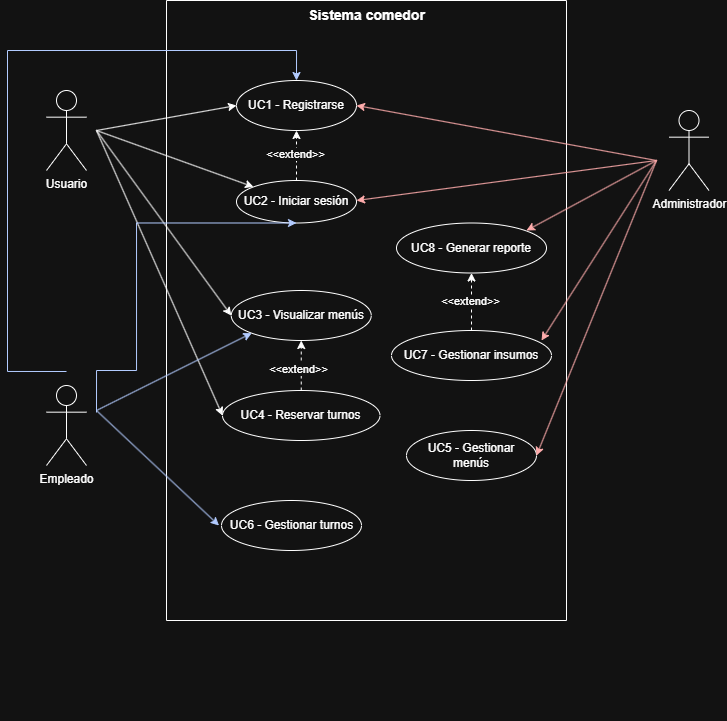
Above: docs/Requisitos/casos_de_uso.drawio.png in IsaacTou/IS--8---C1- (draw.io), before the change. Source tidied: cells renumbered, new cells last; positions are measured from the earlier drawing's top-left corner, leaving out a move shared by most shapes.
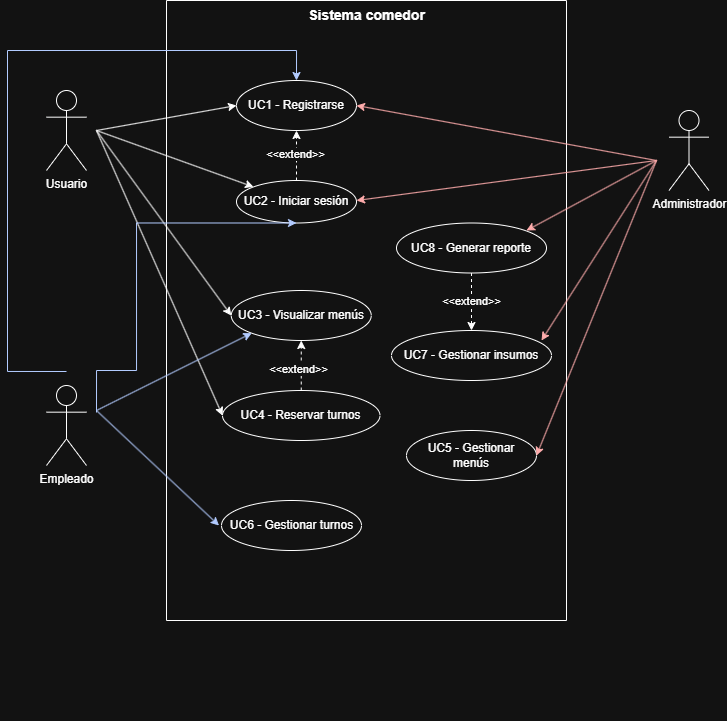
Later version of the same file.

Diff of the diagram source:
```diff
@@ -112,11 +112,13 @@
     <mxCell id="37" value="&amp;lt;&amp;lt;extend&amp;gt;&amp;gt;" style="edgeLabel;html=1;align=center;verticalAlign=middle;" parent="36" vertex="1">
       <mxGeometry x="-0.15" y="3" relative="1" as="geometry" />
     </mxCell>
-    <mxCell id="38" style="rounded=0;jettySize=auto;html=1;exitX=0.5;exitY=0;exitDx=0;exitDy=0;entryX=0.5;entryY=1;entryDx=0;entryDy=0;dashed=1;" parent="7" edge="1" source="32" target="23">
+    <mxCell id="38" style="rounded=0;jettySize=auto;html=1;dashed=1;entryX=0.5;entryY=0;entryDx=0;entryDy=0;exitX=0.5;exitY=1;exitDx=0;exitDy=0;" parent="7" edge="1" source="23" target="32">
       <mxGeometry relative="1" as="geometry" />
     </mxCell>
     <mxCell id="39" value="&amp;lt;&amp;lt;extend&amp;gt;&amp;gt;" style="edgeLabel;html=1;align=center;verticalAlign=middle;" parent="38" vertex="1">
-      <mxGeometry x="0.04" y="1" relative="1" as="geometry" />
+      <mxGeometry x="0.04" y="1" relative="1" as="geometry">
+        <mxPoint x="-1" y="-2" as="offset" />
+      </mxGeometry>
     </mxCell>
     <mxCell id="40" style="endArrow=classic;html=1;rounded=0;entryX=0;entryY=0;entryDx=0;entryDy=0;" parent="1" edge="1" target="13">
       <mxGeometry relative="1" as="geometry">
```
